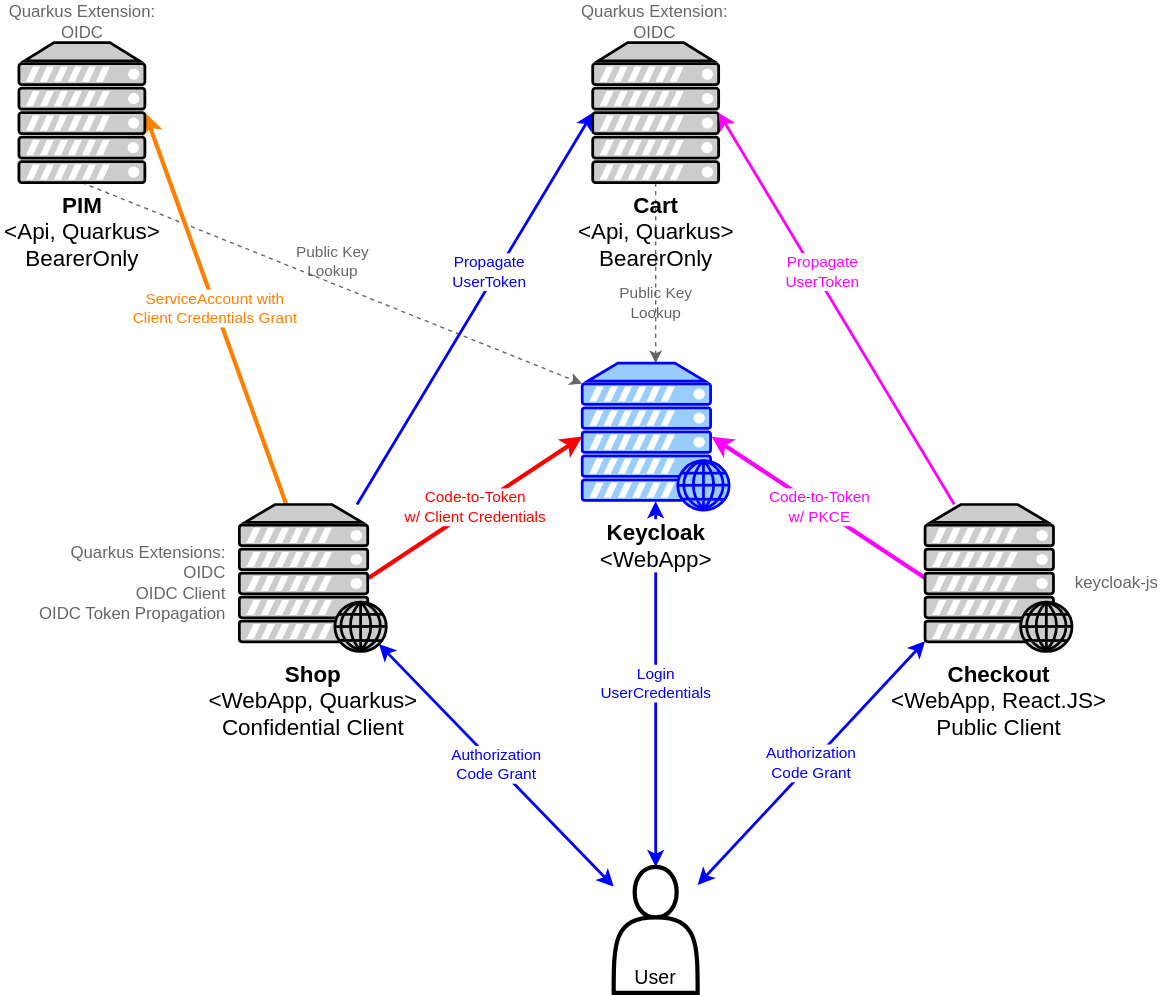
Earlier version of the draw.io export architecture.svg (dasniko/keycloak-bookshop-demo). Source tidied: cells renumbered, new cells last; positions are measured from the earlier drawing's top-left corner, leaving out a move shared by most shapes.
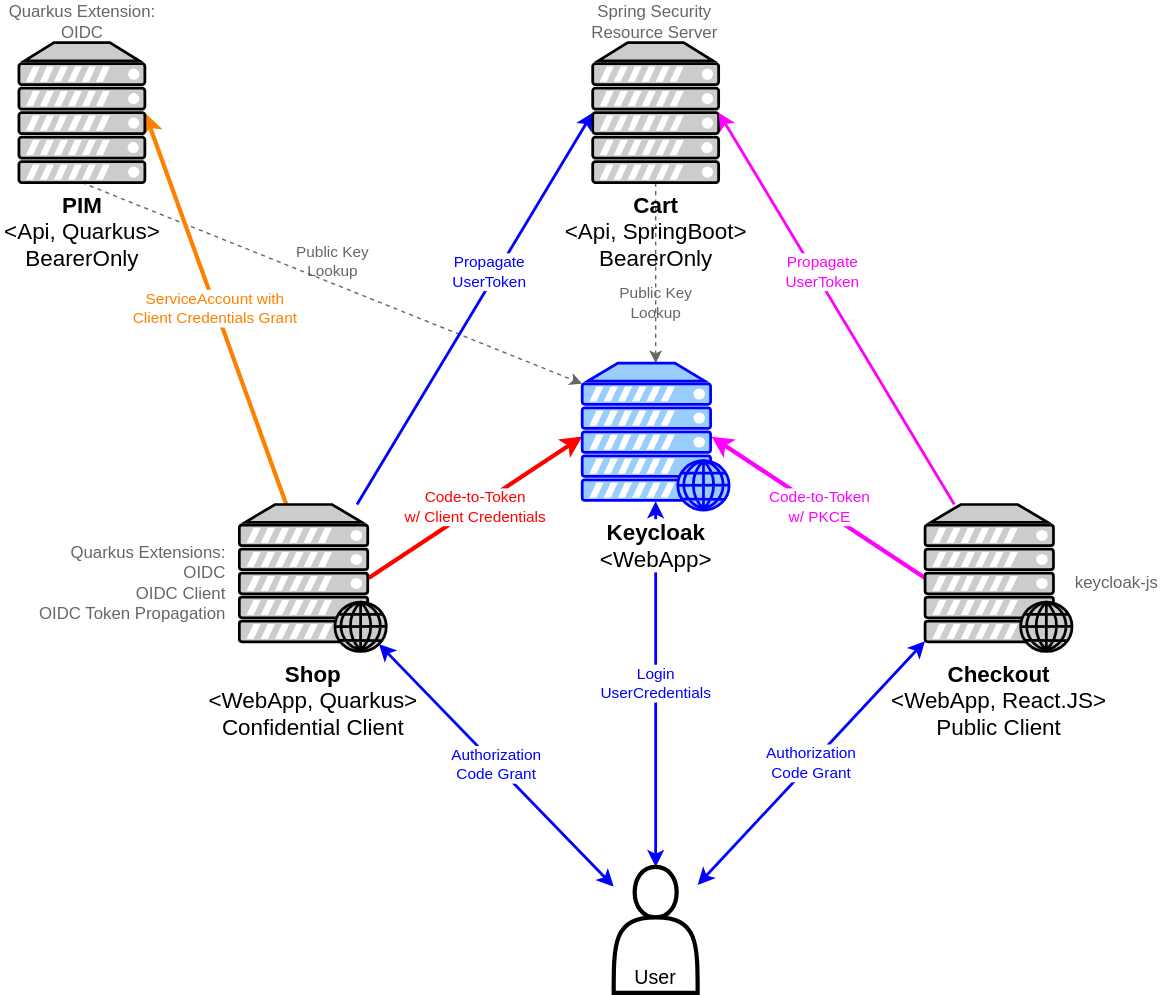
The same diagram one commit later.

Commit message:
Migrate cart service to Spring Boot and update security configs

Diff of the diagram source:
```diff
@@ -20,7 +20,7 @@
     <mxCell id="7" value="Shop&lt;br style=&quot;font-size: 16px&quot;&gt;&lt;span style=&quot;font-weight: normal&quot;&gt;&amp;lt;WebApp, Quarkus&amp;gt;&lt;br&gt;Confidential Client&lt;br&gt;&lt;/span&gt;" style="verticalAlign=top;verticalLabelPosition=bottom;labelPosition=center;align=center;html=1;outlineConnect=0;fillColor=#CCCCCC;gradientColor=none;gradientDirection=north;strokeWidth=2;shape=mxgraph.networks.web_server;fontSize=16;fontStyle=1;fontColor=#000000;strokeColor=#000000;" parent="1" vertex="1">
       <mxGeometry x="169.5" y="360" width="105" height="105" as="geometry" />
     </mxCell>
-    <mxCell id="8" value="Cart&lt;br style=&quot;font-size: 16px&quot;&gt;&lt;font style=&quot;font-size: 16px ; font-weight: normal&quot;&gt;&amp;lt;Api, Quarkus&amp;gt;&lt;br style=&quot;font-size: 16px&quot;&gt;BearerOnly&lt;/font&gt;" style="verticalAlign=top;verticalLabelPosition=bottom;labelPosition=center;align=center;html=1;outlineConnect=0;fillColor=#CCCCCC;gradientColor=none;gradientDirection=north;strokeWidth=2;shape=mxgraph.networks.server;strokeColor=#000000;fontSize=16;fontStyle=1;fontColor=#000000;" parent="1" vertex="1">
+    <mxCell id="8" value="Cart&lt;br style=&quot;font-size: 16px&quot;&gt;&lt;font style=&quot;font-size: 16px ; font-weight: normal&quot;&gt;&amp;lt;Api, SpringBoot&amp;gt;&lt;br style=&quot;font-size: 16px&quot;&gt;BearerOnly&lt;/font&gt;" style="verticalAlign=top;verticalLabelPosition=bottom;labelPosition=center;align=center;html=1;outlineConnect=0;fillColor=#CCCCCC;gradientColor=none;gradientDirection=north;strokeWidth=2;shape=mxgraph.networks.server;strokeColor=#000000;fontSize=16;fontStyle=1;fontColor=#000000;" parent="1" vertex="1">
       <mxGeometry x="422" y="30" width="90" height="100" as="geometry" />
     </mxCell>
     <mxCell id="9" value="Code-to-Token&lt;br&gt;w/ PKCE" style="edgeStyle=none;rounded=0;jettySize=auto;html=1;entryX=0.88;entryY=0.5;entryDx=0;entryDy=0;strokeWidth=3;startArrow=none;startFill=0;strokeColor=#FF00FF;fontColor=#FF00FF;labelBackgroundColor=#ffffff;exitX=0;exitY=0.5;exitDx=0;exitDy=0;exitPerimeter=0;entryPerimeter=0;" parent="1" edge="1" source="11" target="21">
@@ -53,7 +53,7 @@
     <mxCell id="18" value="Quarkus Extension:&lt;br style=&quot;font-size: 12px&quot;&gt;OIDC" style="text;strokeColor=none;fillColor=none;align=center;verticalAlign=middle;rounded=0;labelBackgroundColor=none;fontSize=12;fontColor=#666666;html=1;whiteSpace=wrap;" parent="1" vertex="1">
       <mxGeometry x="-0.5" width="115" height="30" as="geometry" />
     </mxCell>
-    <mxCell id="19" value="Quarkus Extension:&lt;br style=&quot;font-size: 12px&quot;&gt;OIDC" style="text;strokeColor=none;fillColor=none;align=center;verticalAlign=middle;rounded=0;labelBackgroundColor=none;fontSize=12;fontColor=#666666;html=1;whiteSpace=wrap;" parent="1" vertex="1">
+    <mxCell id="19" value="Spring Security Resource Server" style="text;strokeColor=none;fillColor=none;align=center;verticalAlign=middle;rounded=0;labelBackgroundColor=none;fontSize=12;fontColor=#666666;html=1;whiteSpace=wrap;" parent="1" vertex="1">
       <mxGeometry x="409" width="115" height="30" as="geometry" />
     </mxCell>
     <mxCell id="20" value="keycloak-js" style="text;strokeColor=none;fillColor=none;align=left;verticalAlign=middle;rounded=0;labelBackgroundColor=none;fontSize=12;fontColor=#666666;html=1;whiteSpace=wrap;" parent="1" vertex="1">
```
